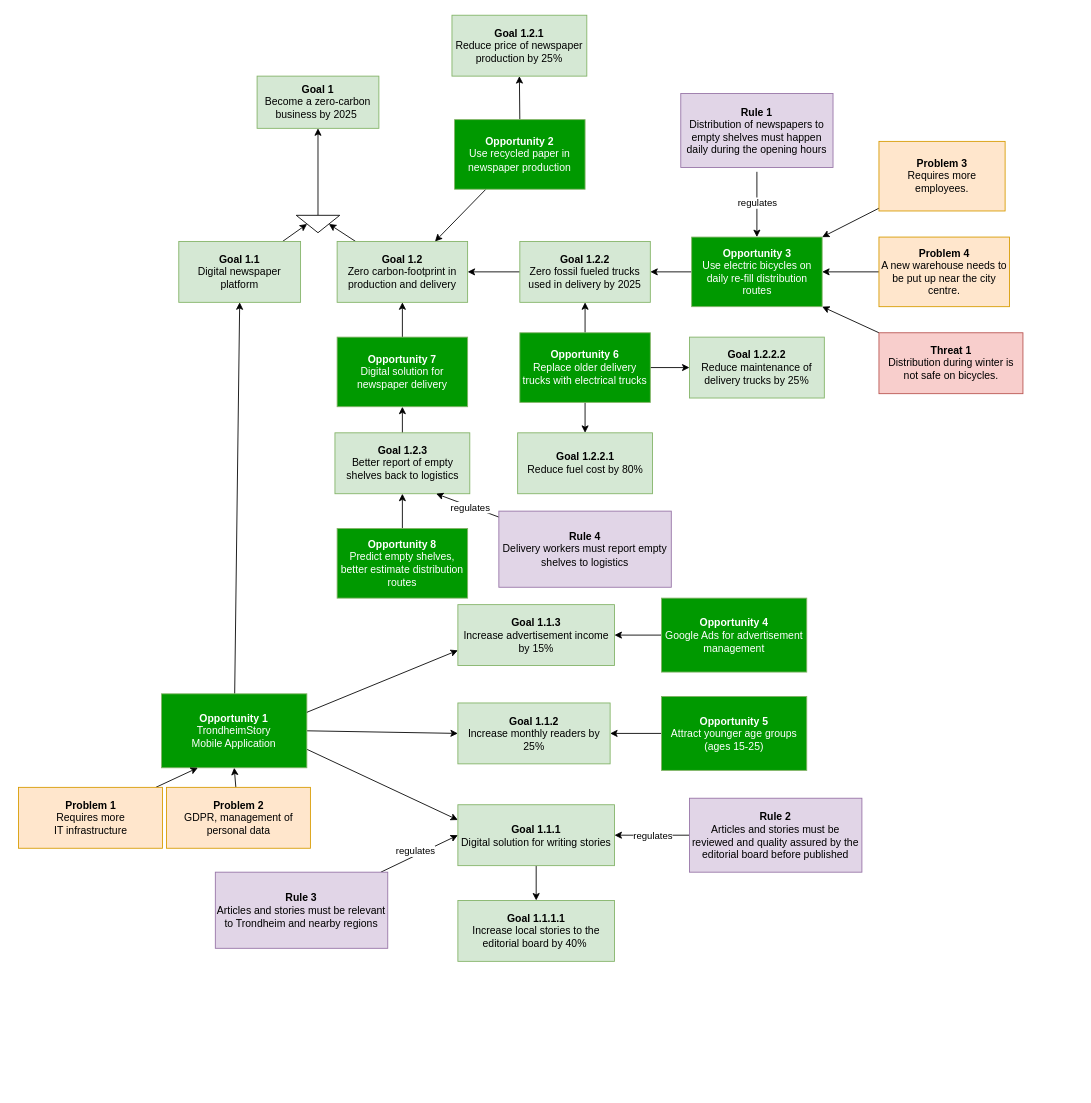
The draw.io diagram TS_4EM.drawio in gullskatten/TS-models-4em-archi, before the edit. Source tidied: cells renumbered, new cells numbered last; positions are measured from the earlier drawing's top-left corner, leaving out a move shared by most shapes. Both pictures are drawn from the tidied source at 87%, with x=0, y=0 at pixel (18, 15).
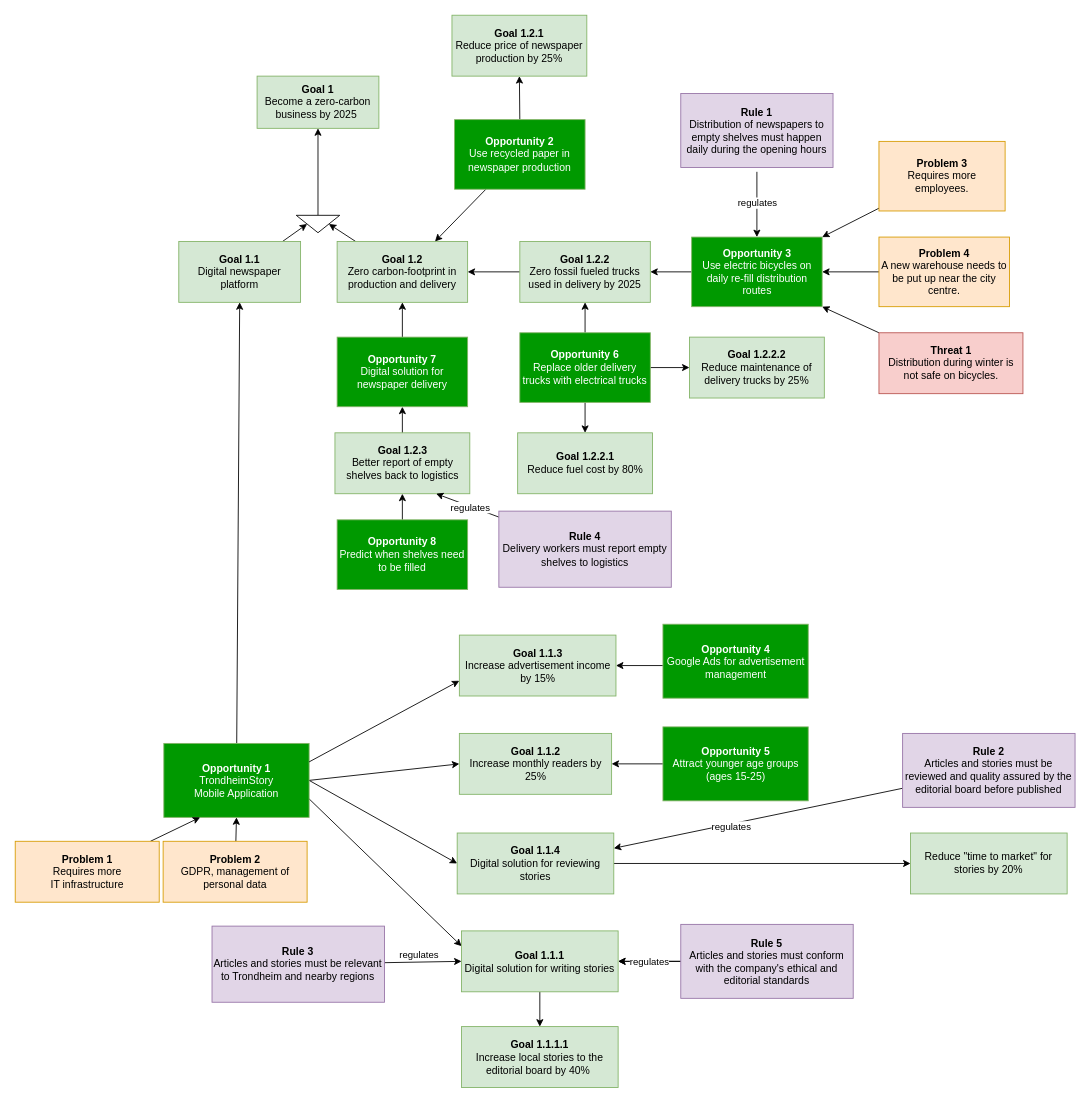
After the change.

What changed in the source:
```diff
@@
+    <mxCell id="65" style="rounded=0;jettySize=auto;html=1;entryX=0;entryY=0.5;entryDx=0;entryDy=0;exitX=1;exitY=0.5;exitDx=0;exitDy=0;" parent="1" edge="1" source="14" target="67">
+      <mxGeometry relative="1" as="geometry" />
+    </mxCell>
     <mxCell id="14" value="&lt;b&gt;Opportunity 1&lt;/b&gt;&lt;br&gt;TrondheimStory &lt;br&gt;Mobile Application" style="rounded=0;whiteSpace=wrap;html=1;strokeColor=#82b366;fontColor=#FFFFFF;fillColor=#009900;" parent="1" vertex="1">
-      <mxGeometry x="164.2" y="780" width="167" height="85" as="geometry" />
+      <mxGeometry x="166.8" y="837" width="167" height="85" as="geometry" />
     </mxCell>
@@
     <mxCell id="16" value="&lt;b&gt;Problem 2&lt;/b&gt;&lt;br&gt;GDPR, management of personal data" style="rounded=0;whiteSpace=wrap;html=1;fillColor=#ffe6cc;strokeColor=#d79b00;" parent="1" vertex="1">
-      <mxGeometry x="169.8" y="887.5" width="165.5" height="70" as="geometry" />
+      <mxGeometry x="166" y="949.5" width="165.5" height="70" as="geometry" />
     </mxCell>
@@
     <mxCell id="25" value="&lt;b&gt;Goal 1.1.3&lt;br&gt;&lt;/b&gt;Increase advertisement income by 15%" style="rounded=0;whiteSpace=wrap;html=1;fillColor=#d5e8d4;strokeColor=#82b366;" parent="1" vertex="1">
-      <mxGeometry x="504.8" y="677.5" width="180" height="70" as="geometry" />
+      <mxGeometry x="506.5" y="712.5" width="180" height="70" as="geometry" />
     </mxCell>
-    <mxCell id="26" style="edgeStyle=none;rounded=0;jettySize=auto;html=1;entryX=1;entryY=0.5;entryDx=0;entryDy=0;fontColor=#FFFFFF;" parent="1" edge="1" source="28" target="35">
+    <mxCell id="26" style="edgeStyle=none;rounded=0;jettySize=auto;html=1;entryX=1;entryY=0.25;entryDx=0;entryDy=0;fontColor=#FFFFFF;" parent="1" edge="1" source="28" target="67">
       <mxGeometry relative="1" as="geometry" />
     </mxCell>
@@
     <mxCell id="28" value="&lt;b&gt;Rule 2&lt;/b&gt;&lt;br&gt;Articles and stories must be reviewed and quality assured by the editorial board before published" style="rounded=0;whiteSpace=wrap;html=1;fillColor=#e1d5e7;strokeColor=#9673a6;" parent="1" vertex="1">
-      <mxGeometry x="771" y="900" width="198.2" height="85" as="geometry" />
+      <mxGeometry x="1016" y="825.5" width="198.2" height="85" as="geometry" />
     </mxCell>
     <mxCell id="29" value="&lt;b&gt;Goal 1.1.1.1&lt;br&gt;&lt;/b&gt;Increase local stories to the editorial board by 40%&amp;nbsp;" style="rounded=0;whiteSpace=wrap;html=1;fillColor=#d5e8d4;strokeColor=#82b366;" parent="1" vertex="1">
-      <mxGeometry x="504.8" y="1017.5" width="180" height="70" as="geometry" />
+      <mxGeometry x="509" y="1162.5" width="180" height="70" as="geometry" />
     </mxCell>
@@
     <mxCell id="35" value="&lt;b&gt;Goal 1.1.1&lt;br&gt;&lt;/b&gt;Digital solution for writing stories" style="rounded=0;whiteSpace=wrap;html=1;fillColor=#d5e8d4;strokeColor=#82b366;" parent="1" vertex="1">
-      <mxGeometry x="504.8" y="907.5" width="180" height="70" as="geometry" />
+      <mxGeometry x="509" y="1052.5" width="180" height="70" as="geometry" />
     </mxCell>
@@
     <mxCell id="37" value="&lt;b&gt;Problem 1&lt;/b&gt;&lt;br&gt;Requires more&lt;br&gt;IT infrastructure" style="rounded=0;whiteSpace=wrap;html=1;fillColor=#ffe6cc;strokeColor=#d79b00;" parent="1" vertex="1">
-      <mxGeometry x="-0.2" y="887.5" width="165.5" height="70" as="geometry" />
+      <mxGeometry x="-4" y="949.5" width="165.5" height="70" as="geometry" />
     </mxCell>
@@
-    <mxCell id="42" style="edgeStyle=none;rounded=0;jettySize=auto;html=1;entryX=1;entryY=0.5;entryDx=0;entryDy=0;fontColor=#FFFFFF;" parent="1" edge="1" source="43" target="25">
-      <mxGeometry relative="1" as="geometry" />
+    <mxCell id="42" style="edgeStyle=none;rounded=0;jettySize=auto;html=1;entryX=1;entryY=0.5;entryDx=0;entryDy=0;fontColor=#FFFFFF;" parent="1" edge="1" target="25">
+      <mxGeometry relative="1" as="geometry">
+        <mxPoint x="740.5" y="747.5" as="sourcePoint" />
+      </mxGeometry>
     </mxCell>
     <mxCell id="43" value="&lt;b&gt;Opportunity 4&lt;/b&gt;&lt;br&gt;Google Ads for advertisement management" style="rounded=0;whiteSpace=wrap;html=1;strokeColor=#82b366;fontColor=#FFFFFF;fillColor=#009900;" parent="1" vertex="1">
-      <mxGeometry x="738.8" y="670" width="167" height="85" as="geometry" />
+      <mxGeometry x="740.5" y="700" width="167" height="85" as="geometry" />
     </mxCell>
     <mxCell id="44" value="&lt;b&gt;Goal 1.1.2&lt;br&gt;&lt;/b&gt;Increase monthly readers by 25%" style="rounded=0;whiteSpace=wrap;html=1;fillColor=#d5e8d4;strokeColor=#82b366;" parent="1" vertex="1">
-      <mxGeometry x="504.8" y="790.5" width="175" height="70" as="geometry" />
+      <mxGeometry x="506.5" y="825.5" width="175" height="70" as="geometry" />
     </mxCell>
@@
     <mxCell id="46" value="&lt;b&gt;Opportunity 5&lt;/b&gt;&lt;br&gt;Attract younger age groups (ages 15-25)" style="rounded=0;whiteSpace=wrap;html=1;strokeColor=#82b366;fontColor=#FFFFFF;fillColor=#009900;" parent="1" vertex="1">
-      <mxGeometry x="738.8" y="783" width="167" height="85" as="geometry" />
+      <mxGeometry x="740.5" y="818" width="167" height="85" as="geometry" />
     </mxCell>
@@
     <mxCell id="49" value="&lt;b&gt;Rule 3&lt;/b&gt;&lt;br&gt;Articles and stories must be relevant to Trondheim and nearby regions" style="rounded=0;whiteSpace=wrap;html=1;fillColor=#e1d5e7;strokeColor=#9673a6;" parent="1" vertex="1">
-      <mxGeometry x="226" y="985" width="198.2" height="87.5" as="geometry" />
+      <mxGeometry x="222.2" y="1047" width="198.2" height="87.5" as="geometry" />
     </mxCell>
@@
-    <mxCell id="61" value="&lt;b&gt;Opportunity 8&lt;/b&gt;&lt;br&gt;Predict empty shelves, better estimate distribution routes" style="rounded=0;whiteSpace=wrap;html=1;strokeColor=#82b366;fontColor=#FFFFFF;fillColor=#009900;" parent="1" vertex="1">
-      <mxGeometry x="366" y="590" width="150" height="80" as="geometry" />
+    <mxCell id="61" value="&lt;b&gt;Opportunity 8&lt;/b&gt;&lt;br&gt;Predict when shelves need to be filled" style="rounded=0;whiteSpace=wrap;html=1;strokeColor=#82b366;fontColor=#FFFFFF;fillColor=#009900;" parent="1" vertex="1">
+      <mxGeometry x="366" y="580" width="150" height="80" as="geometry" />
     </mxCell>
@@
+    <mxCell id="66" style="edgeStyle=orthogonalEdgeStyle;rounded=0;jettySize=auto;html=1;entryX=0;entryY=0.5;entryDx=0;entryDy=0;" parent="1" edge="1" source="67" target="71">
+      <mxGeometry relative="1" as="geometry" />
+    </mxCell>
+    <mxCell id="67" value="&lt;b&gt;Goal 1.1.4&lt;br&gt;&lt;/b&gt;Digital solution for reviewing stories" style="rounded=0;whiteSpace=wrap;html=1;fillColor=#d5e8d4;strokeColor=#82b366;" parent="1" vertex="1">
+      <mxGeometry x="504" y="940" width="180" height="70" as="geometry" />
+    </mxCell>
+    <mxCell id="68" style="edgeStyle=orthogonalEdgeStyle;rounded=0;jettySize=auto;html=1;entryX=1;entryY=0.5;entryDx=0;entryDy=0;" parent="1" edge="1" source="70" target="35">
+      <mxGeometry relative="1" as="geometry" />
+    </mxCell>
+    <mxCell id="69" value="regulates" style="edgeStyle=orthogonalEdgeStyle;rounded=0;jettySize=auto;html=1;" parent="1" edge="1" source="70" target="35">
+      <mxGeometry relative="1" as="geometry" />
+    </mxCell>
+    <mxCell id="70" value="&lt;b&gt;Rule 5&lt;/b&gt;&lt;br&gt;Articles and stories must conform with the company's ethical and editorial standards" style="rounded=0;whiteSpace=wrap;html=1;fillColor=#e1d5e7;strokeColor=#9673a6;" parent="1" vertex="1">
+      <mxGeometry x="761" y="1045" width="198.2" height="85" as="geometry" />
+    </mxCell>
+    <mxCell id="71" value="Reduce &quot;time to market&quot; for stories by 20%" style="rounded=0;whiteSpace=wrap;html=1;fillColor=#d5e8d4;strokeColor=#82b366;" parent="1" vertex="1">
+      <mxGeometry x="1025.1" y="940" width="180" height="70" as="geometry" />
+    </mxCell>
```
